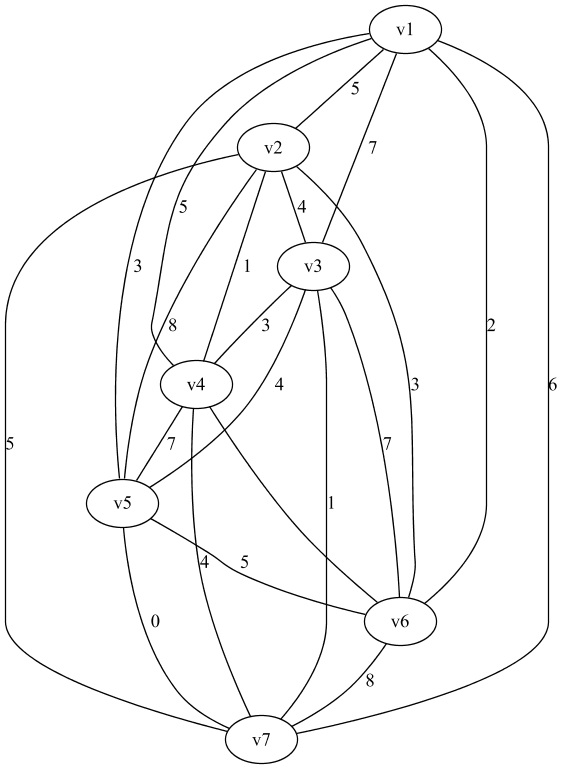
The Graphviz diagram GKA/gkap/build/graphviz/graph05.png in adrian-helberg/ws2018, before a commit. Its source is kept beside it as GKA/gkap/src/main/graphviz/graph05.dot. The source it was exported from:
```dot
graph {
v1 -- v2 [label="5"];
v1 -- v3 [label="7"];
v1 -- v4 [label="5"];
v1 -- v5 [label="3"];
v1 -- v6 [label="2"];
v1 -- v7 [label="6"];
v2 -- v3 [label="4"];
v2 -- v4 [label="1"];
v2 -- v5 [label="8"];
v2 -- v6 [label="3"];
v2 -- v7 [label="5"];
v3 -- v4 [label="3"];
v3 -- v5 [label="4"];
v3 -- v6 [label="7"];
v3 -- v7 [label="1"];
v4 -- v5 [label="7"];
v4 -- v6
v4 -- v7 [label="4"];
v5 -- v6 [label="5"];
v5 -- v7 [label="0"];
v6 -- v7 [label="8"];
}
```
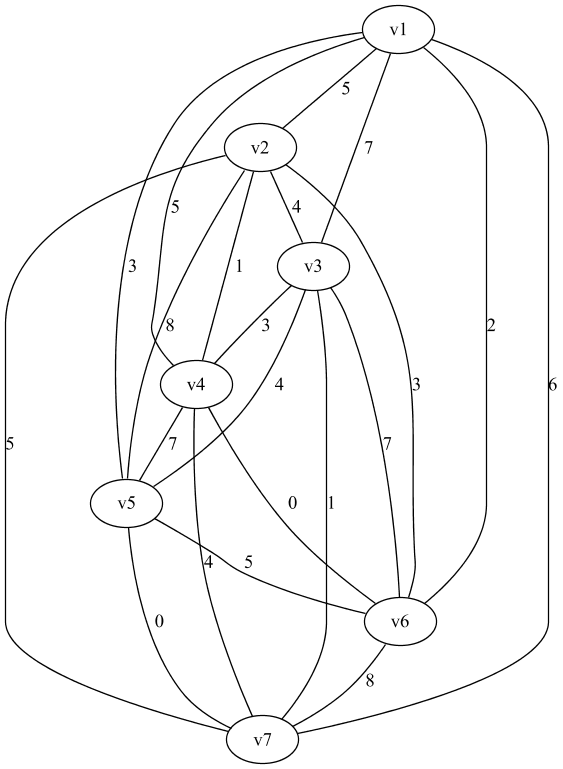
Later version of the same file.

Change to the diagram source:
```diff
@@ -1,23 +1,23 @@
 graph {
-v1 -- v2 [label="5"];
-v1 -- v3 [label="7"];
-v1 -- v4 [label="5"];
-v1 -- v5 [label="3"];
-v1 -- v6 [label="2"];
-v1 -- v7 [label="6"];
-v2 -- v3 [label="4"];
-v2 -- v4 [label="1"];
-v2 -- v5 [label="8"];
-v2 -- v6 [label="3"];
-v2 -- v7 [label="5"];
-v3 -- v4 [label="3"];
-v3 -- v5 [label="4"];
-v3 -- v6 [label="7"];
-v3 -- v7 [label="1"];
-v4 -- v5 [label="7"];
-v4 -- v6
-v4 -- v7 [label="4"];
-v5 -- v6 [label="5"];
-v5 -- v7 [label="0"];
-v6 -- v7 [label="8"];
+v1--v2[label=5];
+v1--v3[label=7];
+v1--v4[label=5];
+v1--v5[label=3];
+v1--v6[label=2];
+v1--v7[label=6];
+v2--v3[label=4];
+v2--v4[label=1];
+v2--v5[label=8];
+v2--v6[label=3];
+v2--v7[label=5];
+v3--v4[label=3];
+v3--v5[label=4];
+v3--v6[label=7];
+v3--v7[label=1];
+v4--v5[label=7];
+v4--v6[label=0];
+v4--v7[label=4];
+v5--v6[label=5];
+v5--v7[label=0];
+v6--v7[label=8];
 }
```
